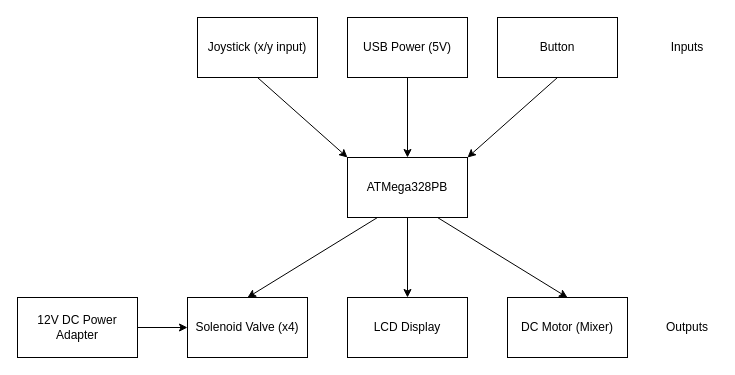
Above: prime-hydration.drawio in ese3500/final-project-prime-hydration (draw.io), before the change. Source tidied: cells renumbered, new cells numbered last; positions are measured from the earlier drawing's top-left corner, leaving out a move shared by most shapes. Both pictures are drawn from the tidied source at 100%, with x=0, y=0 at pixel (17, 17).
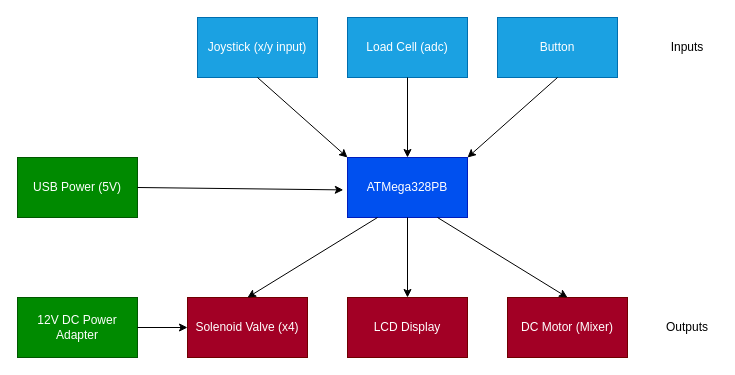
Above is the later version.

Diff of the diagram source:
```diff
@@
-    <mxCell id="2" value="ATMega328PB" style="rounded=0;whiteSpace=wrap;html=1;" parent="1" vertex="1">
+    <mxCell id="2" value="ATMega328PB" style="rounded=0;whiteSpace=wrap;html=1;fillColor=#0050ef;strokeColor=#001DBC;fontColor=#ffffff;" parent="1" vertex="1">
       <mxGeometry x="330" y="140" width="120" height="60" as="geometry" />
     </mxCell>
-    <mxCell id="3" value="Solenoid Valve (x4)" style="rounded=0;whiteSpace=wrap;html=1;" parent="1" vertex="1">
+    <mxCell id="3" value="Solenoid Valve (x4)" style="rounded=0;whiteSpace=wrap;html=1;fillColor=#a20025;fontColor=#ffffff;strokeColor=#6F0000;" parent="1" vertex="1">
       <mxGeometry x="170" y="280" width="120" height="60" as="geometry" />
     </mxCell>
-    <mxCell id="4" value="LCD Display" style="rounded=0;whiteSpace=wrap;html=1;" parent="1" vertex="1">
+    <mxCell id="4" value="LCD Display" style="rounded=0;whiteSpace=wrap;html=1;fillColor=#a20025;fontColor=#ffffff;strokeColor=#6F0000;" parent="1" vertex="1">
       <mxGeometry x="330" y="280" width="120" height="60" as="geometry" />
     </mxCell>
-    <mxCell id="5" value="Joystick (x/y input)" style="rounded=0;whiteSpace=wrap;html=1;" parent="1" vertex="1">
+    <mxCell id="5" value="Joystick (x/y input)" style="rounded=0;whiteSpace=wrap;html=1;fillColor=#1ba1e2;fontColor=#ffffff;strokeColor=#006EAF;" parent="1" vertex="1">
       <mxGeometry x="180" width="120" height="60" as="geometry" />
     </mxCell>
-    <mxCell id="6" value="Button" style="rounded=0;whiteSpace=wrap;html=1;" parent="1" vertex="1">
+    <mxCell id="6" value="Button" style="rounded=0;whiteSpace=wrap;html=1;fillColor=#1ba1e2;fontColor=#ffffff;strokeColor=#006EAF;" parent="1" vertex="1">
       <mxGeometry x="480" width="120" height="60" as="geometry" />
     </mxCell>
-    <mxCell id="7" value="DC Motor (Mixer)" style="rounded=0;whiteSpace=wrap;html=1;" parent="1" vertex="1">
+    <mxCell id="7" value="DC Motor (Mixer)" style="rounded=0;whiteSpace=wrap;html=1;fillColor=#a20025;fontColor=#ffffff;strokeColor=#6F0000;" parent="1" vertex="1">
       <mxGeometry x="490" y="280" width="120" height="60" as="geometry" />
     </mxCell>
-    <mxCell id="8" value="12V DC Power Adapter" style="rounded=0;whiteSpace=wrap;html=1;" parent="1" vertex="1">
+    <mxCell id="8" value="12V DC Power Adapter" style="rounded=0;whiteSpace=wrap;html=1;fillColor=#008a00;fontColor=#ffffff;strokeColor=#005700;" parent="1" vertex="1">
       <mxGeometry y="280" width="120" height="60" as="geometry" />
     </mxCell>
@@
-    <mxCell id="15" value="USB Power (5V)" style="rounded=0;whiteSpace=wrap;html=1;" parent="1" vertex="1">
-      <mxGeometry x="330" width="120" height="60" as="geometry" />
+    <mxCell id="15" value="USB Power (5V)" style="rounded=0;whiteSpace=wrap;html=1;fillColor=#008a00;fontColor=#ffffff;strokeColor=#005700;" parent="1" vertex="1">
+      <mxGeometry y="140" width="120" height="60" as="geometry" />
     </mxCell>
-    <mxCell id="16" style="endArrow=classic;html=1;rounded=0;exitX=0.5;exitY=1;exitDx=0;exitDy=0;entryX=0.5;entryY=0;entryDx=0;entryDy=0;" parent="1" edge="1" source="15" target="2">
+    <mxCell id="16" style="endArrow=classic;html=1;rounded=0;exitX=1;exitY=0.5;exitDx=0;exitDy=0;entryX=-0.035;entryY=0.54;entryDx=0;entryDy=0;entryPerimeter=0;" parent="1" edge="1" source="15" target="2">
       <mxGeometry relative="1" as="geometry" />
     </mxCell>
@@
+    <mxCell id="19" value="Load Cell (adc)" style="rounded=0;whiteSpace=wrap;html=1;fillColor=#1ba1e2;fontColor=#ffffff;strokeColor=#006EAF;" parent="1" vertex="1">
+      <mxGeometry x="330" width="120" height="60" as="geometry" />
+    </mxCell>
+    <mxCell id="20" style="endArrow=classic;html=1;rounded=0;exitX=0.5;exitY=1;exitDx=0;exitDy=0;entryX=0.5;entryY=0;entryDx=0;entryDy=0;" parent="1" edge="1" source="19" target="2">
+      <mxGeometry relative="1" as="geometry" />
+    </mxCell>
```
